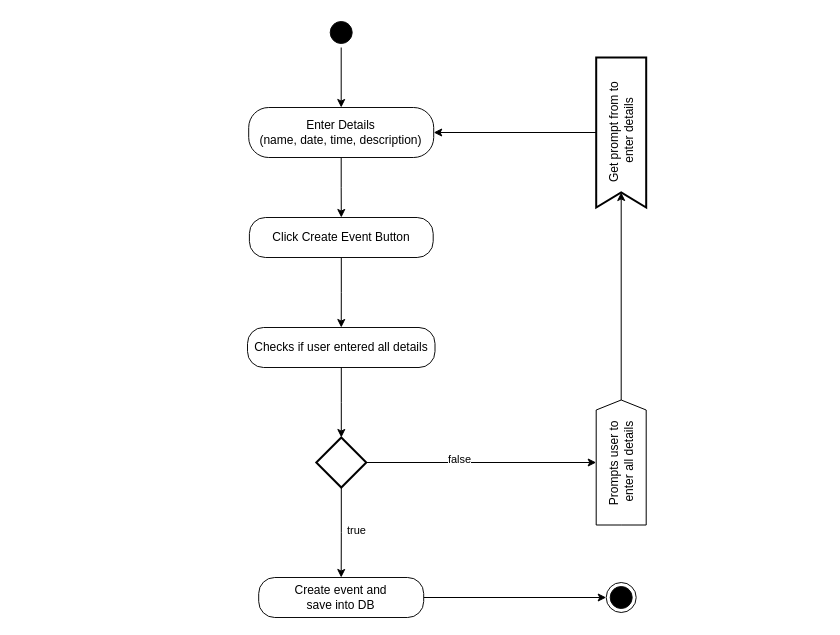
Before: create_event_activity.drawio in SethabaAT/test-use-cases-md, a draw.io diagram. Source tidied: cells renumbered, new cells numbered last; positions are measured from the earlier drawing's top-left corner, leaving out a move shared by most shapes. Both pictures are drawn from the tidied source at 100%, with x=0, y=0 at pixel (247, 17).
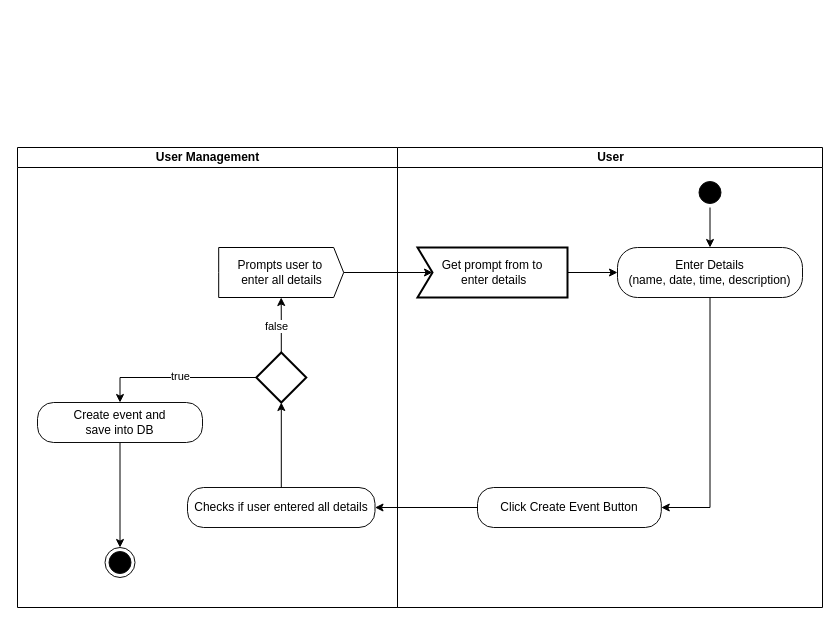
Above is the later version.

The edit, as a diff of the source:
```diff
@@
+    <mxCell id="22" value="User" style="swimlane;startSize=20;html=1;" parent="1" vertex="1">
+      <mxGeometry x="150" y="130" width="425" height="460" as="geometry" />
+    </mxCell>
+    <mxCell id="3" style="ellipse;html=1;shape=startState;fillColor=#000000;strokeColor=#0D0D0D;" parent="22" vertex="1">
+      <mxGeometry x="297.5" y="30" width="30" height="30" as="geometry" />
+    </mxCell>
+    <mxCell id="5" value="Enter Details&lt;div&gt;(name, date, time, description)&lt;/div&gt;" style="rounded=1;whiteSpace=wrap;html=1;arcSize=40;fontColor=#000000;fillColor=#FFFFFF;strokeColor=#0D0D0D;" parent="22" vertex="1">
+      <mxGeometry x="220" y="100" width="185" height="50" as="geometry" />
+    </mxCell>
-    <mxCell id="2" style="edgeStyle=orthogonalEdgeStyle;rounded=0;jettySize=auto;html=1;entryX=0.5;entryY=0;entryDx=0;entryDy=0;" parent="1" edge="1" source="3" target="5">
+    <mxCell id="2" style="edgeStyle=orthogonalEdgeStyle;rounded=0;jettySize=auto;html=1;entryX=0.5;entryY=0;entryDx=0;entryDy=0;exitX=0.5;exitY=1;exitDx=0;exitDy=0;" parent="22" edge="1" source="3" target="5">
       <mxGeometry relative="1" as="geometry" />
     </mxCell>
-    <mxCell id="3" style="ellipse;html=1;shape=startState;fillColor=#000000;strokeColor=#0D0D0D;" parent="1" vertex="1">
-      <mxGeometry x="78.7" width="30" height="30" as="geometry" />
-    </mxCell>
+    <mxCell id="16" value="Click Create Event Button" style="rounded=1;whiteSpace=wrap;html=1;arcSize=40;fontColor=#000000;fillColor=#FFFFFF;strokeColor=#0D0D0D;" parent="22" vertex="1">
+      <mxGeometry x="80" y="340" width="183.8" height="40" as="geometry" />
+    </mxCell>
-    <mxCell id="4" style="edgeStyle=orthogonalEdgeStyle;rounded=0;jettySize=auto;html=1;entryX=0.5;entryY=0;entryDx=0;entryDy=0;" parent="1" edge="1" source="5" target="16">
+    <mxCell id="4" style="edgeStyle=orthogonalEdgeStyle;rounded=0;jettySize=auto;html=1;entryX=1;entryY=0.5;entryDx=0;entryDy=0;" parent="22" edge="1" source="5" target="16">
       <mxGeometry relative="1" as="geometry" />
     </mxCell>
-    <mxCell id="5" value="Enter Details&lt;div&gt;(name, date, time, description)&lt;/div&gt;" style="rounded=1;whiteSpace=wrap;html=1;arcSize=40;fontColor=#000000;fillColor=#FFFFFF;strokeColor=#0D0D0D;" parent="1" vertex="1">
-      <mxGeometry x="1.2" y="90" width="185" height="50" as="geometry" />
-    </mxCell>
+    <mxCell id="18" style="edgeStyle=orthogonalEdgeStyle;rounded=0;jettySize=auto;html=1;entryX=0;entryY=0.5;entryDx=0;entryDy=0;" parent="22" edge="1" source="19" target="5">
+      <mxGeometry relative="1" as="geometry" />
+    </mxCell>
+    <mxCell id="19" value="Get prompt from to&lt;div&gt;&amp;nbsp;enter details&lt;/div&gt;" style="html=1;shape=mxgraph.sysml.accEvent;strokeWidth=2;whiteSpace=wrap;align=center;rotation=0;" parent="22" vertex="1">
+      <mxGeometry x="20" y="100" width="150" height="50" as="geometry" />
+    </mxCell>
+    <mxCell id="23" value="User Management" style="swimlane;startSize=20;html=1;" parent="1" vertex="1">
+      <mxGeometry x="-230" y="130" width="380" height="460" as="geometry" />
+    </mxCell>
-    <mxCell id="6" value="Checks if user entered all details" style="rounded=1;whiteSpace=wrap;html=1;arcSize=40;fontColor=#000000;fillColor=#FFFFFF;strokeColor=#0D0D0D;" parent="1" vertex="1">
-      <mxGeometry y="310" width="187.5" height="40" as="geometry" />
+    <mxCell id="6" value="Checks if user entered all details" style="rounded=1;whiteSpace=wrap;html=1;arcSize=40;fontColor=#000000;fillColor=#FFFFFF;strokeColor=#0D0D0D;" parent="23" vertex="1">
+      <mxGeometry x="170" y="340" width="187.5" height="40" as="geometry" />
     </mxCell>
-    <mxCell id="7" style="edgeStyle=orthogonalEdgeStyle;rounded=0;jettySize=auto;html=1;" parent="1" edge="1" source="11" target="13">
+    <mxCell id="7" style="edgeStyle=orthogonalEdgeStyle;rounded=0;jettySize=auto;html=1;entryX=0.5;entryY=0;entryDx=0;entryDy=0;" parent="23" edge="1" source="11" target="13">
       <mxGeometry relative="1" as="geometry" />
     </mxCell>
     <mxCell id="8" value="true" style="edgeLabel;html=1;align=center;verticalAlign=middle;" parent="7" vertex="1">
-      <mxGeometry x="-0.06" y="-1" relative="1" as="geometry">
-        <mxPoint x="16" as="offset" />
-      </mxGeometry>
+      <mxGeometry x="-0.06" y="-2" relative="1" as="geometry" />
     </mxCell>
+    <mxCell id="11" style="strokeWidth=2;html=1;shape=mxgraph.flowchart.decision;whiteSpace=wrap;" parent="23" vertex="1">
+      <mxGeometry x="238.8" y="205" width="50" height="50" as="geometry" />
+    </mxCell>
+    <mxCell id="14" style="edgeStyle=orthogonalEdgeStyle;rounded=0;jettySize=auto;html=1;entryX=0.5;entryY=1;entryDx=0;entryDy=0;entryPerimeter=0;" parent="23" edge="1" source="6" target="11">
+      <mxGeometry relative="1" as="geometry" />
+    </mxCell>
+    <mxCell id="17" value="Prompts user to&amp;nbsp;&lt;div&gt;enter all details&lt;/div&gt;" style="html=1;shadow=0;dashed=0;align=center;verticalAlign=middle;shape=mxgraph.arrows2.arrow;dy=0;dx=10;notch=0;rotation=0;" parent="23" vertex="1">
+      <mxGeometry x="201.2" y="100" width="125" height="50" as="geometry" />
+    </mxCell>
-    <mxCell id="9" style="edgeStyle=orthogonalEdgeStyle;rounded=0;jettySize=auto;html=1;" parent="1" edge="1" source="11" target="17">
+    <mxCell id="9" style="edgeStyle=orthogonalEdgeStyle;rounded=0;jettySize=auto;html=1;" parent="23" edge="1" source="11" target="17">
       <mxGeometry relative="1" as="geometry" />
     </mxCell>
     <mxCell id="10" value="false" style="edgeLabel;html=1;align=center;verticalAlign=middle;" parent="9" vertex="1">
-      <mxGeometry x="-0.19" y="4" relative="1" as="geometry" />
+      <mxGeometry x="-0.07" y="5" relative="1" as="geometry">
+        <mxPoint y="-1" as="offset" />
+      </mxGeometry>
     </mxCell>
-    <mxCell id="11" style="strokeWidth=2;html=1;shape=mxgraph.flowchart.decision;whiteSpace=wrap;" parent="1" vertex="1">
-      <mxGeometry x="68.8" y="420" width="50" height="50" as="geometry" />
-    </mxCell>
-    <mxCell id="12" style="edgeStyle=orthogonalEdgeStyle;rounded=0;jettySize=auto;html=1;" parent="1" edge="1" source="13" target="21">
+    <mxCell id="12" style="edgeStyle=orthogonalEdgeStyle;rounded=0;jettySize=auto;html=1;entryX=0.5;entryY=0;entryDx=0;entryDy=0;" parent="23" edge="1" source="13" target="21">
       <mxGeometry relative="1" as="geometry" />
     </mxCell>
-    <mxCell id="13" value="Create event and&lt;div&gt;save into DB&lt;/div&gt;" style="rounded=1;whiteSpace=wrap;html=1;arcSize=40;fontColor=#000000;fillColor=#FFFFFF;strokeColor=#0D0D0D;" parent="1" vertex="1">
-      <mxGeometry x="11.2" y="560" width="165" height="40" as="geometry" />
+    <mxCell id="13" value="Create event and&lt;div&gt;save into DB&lt;/div&gt;" style="rounded=1;whiteSpace=wrap;html=1;arcSize=40;fontColor=#000000;fillColor=#FFFFFF;strokeColor=#0D0D0D;" parent="23" vertex="1">
+      <mxGeometry x="20" y="255" width="165" height="40" as="geometry" />
     </mxCell>
-    <mxCell id="14" style="edgeStyle=orthogonalEdgeStyle;rounded=0;jettySize=auto;html=1;entryX=0.5;entryY=0;entryDx=0;entryDy=0;entryPerimeter=0;" parent="1" edge="1" source="6" target="11">
-      <mxGeometry relative="1" as="geometry" />
-    </mxCell>
+    <mxCell id="21" style="ellipse;html=1;shape=endState;fillColor=#000000;strokeColor=#0D0D0D;" parent="23" vertex="1">
+      <mxGeometry x="87.5" y="400" width="30" height="30" as="geometry" />
+    </mxCell>
-    <mxCell id="15" style="edgeStyle=orthogonalEdgeStyle;rounded=0;jettySize=auto;html=1;entryX=0.5;entryY=0;entryDx=0;entryDy=0;" parent="1" edge="1" source="16" target="6">
+    <mxCell id="15" style="edgeStyle=orthogonalEdgeStyle;rounded=0;jettySize=auto;html=1;entryX=1;entryY=0.5;entryDx=0;entryDy=0;" parent="1" edge="1" source="16" target="6">
       <mxGeometry relative="1" as="geometry" />
     </mxCell>
-    <mxCell id="16" value="Click Create Event Button" style="rounded=1;whiteSpace=wrap;html=1;arcSize=40;fontColor=#000000;fillColor=#FFFFFF;strokeColor=#0D0D0D;" parent="1" vertex="1">
-      <mxGeometry x="1.9" y="200" width="183.8" height="40" as="geometry" />
-    </mxCell>
-    <mxCell id="17" value="Prompts user to&amp;nbsp;&lt;div&gt;enter all details&lt;/div&gt;" style="html=1;shadow=0;dashed=0;align=center;verticalAlign=middle;shape=mxgraph.arrows2.arrow;dy=0;dx=10;notch=0;rotation=-90;" parent="1" vertex="1">
-      <mxGeometry x="311.2" y="420" width="125" height="50" as="geometry" />
-    </mxCell>
-    <mxCell id="18" style="edgeStyle=orthogonalEdgeStyle;rounded=0;jettySize=auto;html=1;entryX=1;entryY=0.5;entryDx=0;entryDy=0;" parent="1" edge="1" source="19" target="5">
-      <mxGeometry relative="1" as="geometry" />
-    </mxCell>
-    <mxCell id="19" value="Get prompt from to&lt;div&gt;&amp;nbsp;enter details&lt;/div&gt;" style="html=1;shape=mxgraph.sysml.accEvent;strokeWidth=2;whiteSpace=wrap;align=center;rotation=-90;" parent="1" vertex="1">
-      <mxGeometry x="298.7" y="90" width="150" height="50" as="geometry" />
-    </mxCell>
@@
-    <mxCell id="21" style="ellipse;html=1;shape=endState;fillColor=#000000;strokeColor=#0D0D0D;" parent="1" vertex="1">
-      <mxGeometry x="358.7" y="565" width="30" height="30" as="geometry" />
-    </mxCell>
```
